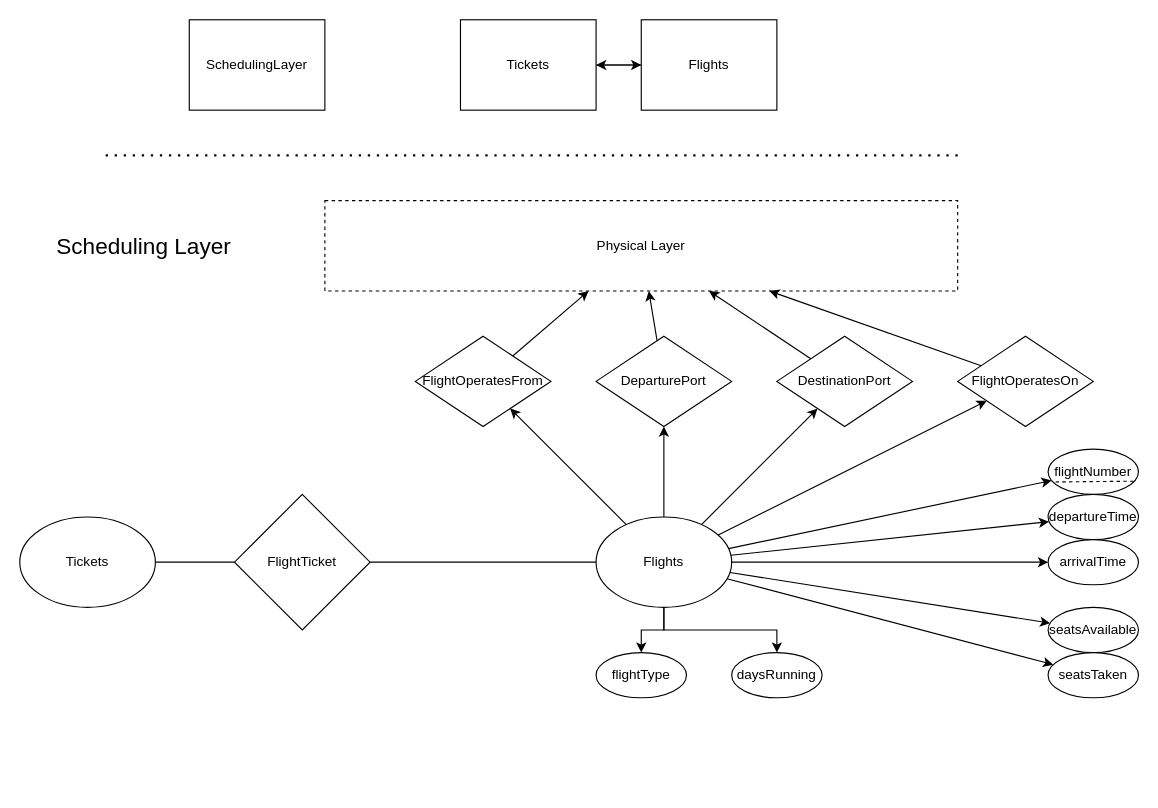
Before: page "SchedulingLayer" (4 of 7) of ERDiagram.drawio in kyle4036/DatabaseManagement2026Project1, a draw.io diagram. Source tidied: cells renumbered, new cells numbered last; positions are measured from the earlier drawing's top-left corner, leaving out a move shared by most shapes. Both pictures are drawn from the tidied source at 113%, with x=0, y=0 at pixel (19, 19).
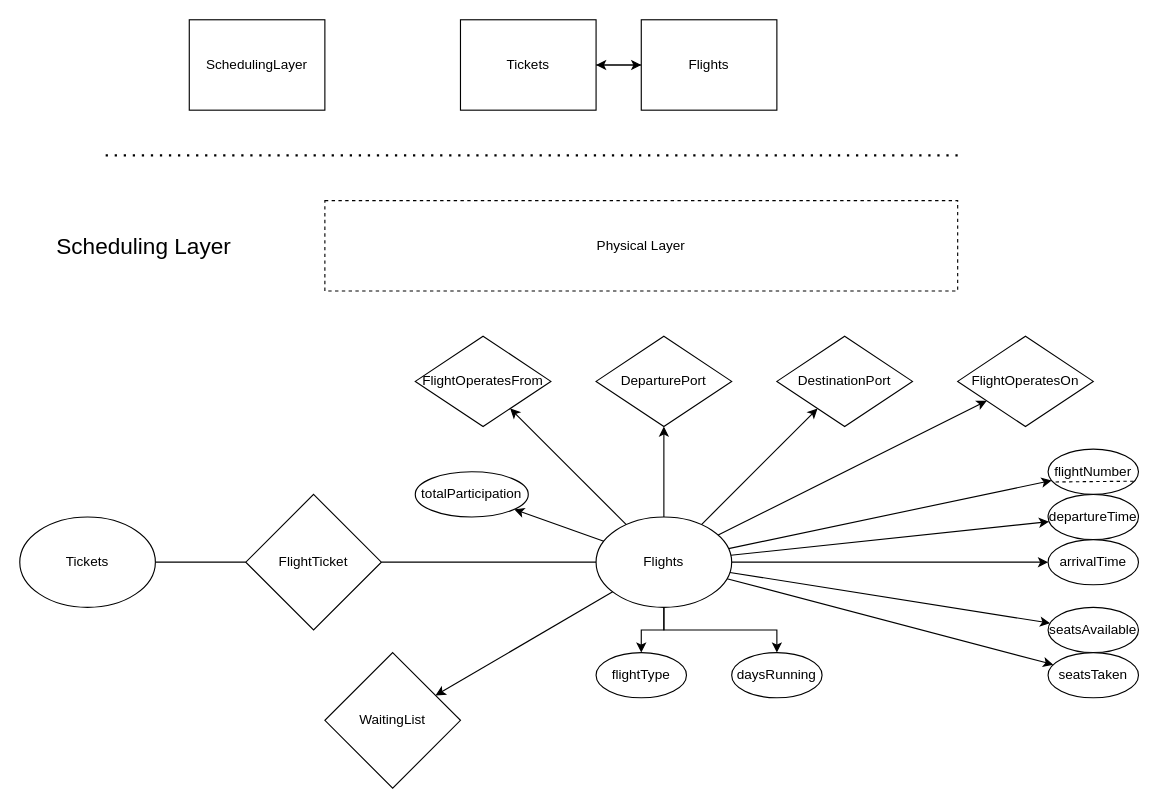
Above is the later version.

Unchanged cells that the change refers to:
```xml
<mxCell id="20" value="Flights" style="ellipse;whiteSpace=wrap;html=1;" parent="1" vertex="1">
  <mxGeometry x="510" y="440" width="120" height="80" as="geometry" />
</mxCell>
<mxCell id="23" value="Physical Layer" style="rounded=0;whiteSpace=wrap;html=1;dashed=1;" parent="1" vertex="1">
  <mxGeometry x="270" y="160" width="560" height="80" as="geometry" />
</mxCell>
<mxCell id="25" value="DestinationPort" style="rhombus;whiteSpace=wrap;html=1;" parent="24" vertex="1">
  <mxGeometry x="320" width="120" height="80" as="geometry" />
</mxCell>
<mxCell id="26" value="DeparturePort" style="rhombus;whiteSpace=wrap;html=1;" parent="24" vertex="1">
  <mxGeometry x="160" width="120" height="80" as="geometry" />
</mxCell>
<mxCell id="27" value="FlightOperatesFrom" style="rhombus;whiteSpace=wrap;html=1;" parent="24" vertex="1">
  <mxGeometry width="120" height="80" as="geometry" />
</mxCell>
<mxCell id="28" value="&lt;font&gt;FlightOperatesOn&lt;/font&gt;" style="rhombus;whiteSpace=wrap;html=1;" parent="24" vertex="1">
  <mxGeometry x="480" width="120" height="80" as="geometry" />
</mxCell>
```

The edit, as a diff of the source:
```diff
@@
+    <mxCell id="44" style="rounded=0;jettySize=auto;html=1;" parent="1" edge="1" source="20" target="47">
+      <mxGeometry relative="1" as="geometry" />
+    </mxCell>
+    <mxCell id="45" style="rounded=0;jettySize=auto;html=1;" parent="1" edge="1" source="20" target="46">
+      <mxGeometry relative="1" as="geometry" />
+    </mxCell>
@@
-    <mxCell id="29" style="rounded=0;jettySize=auto;html=1;" parent="1" edge="1" source="27" target="23">
-      <mxGeometry relative="1" as="geometry" />
-    </mxCell>
-    <mxCell id="30" style="rounded=0;jettySize=auto;html=1;" parent="1" edge="1" source="26" target="23">
-      <mxGeometry relative="1" as="geometry" />
-    </mxCell>
-    <mxCell id="31" style="rounded=0;jettySize=auto;html=1;" parent="1" edge="1" source="25" target="23">
-      <mxGeometry relative="1" as="geometry" />
-    </mxCell>
-    <mxCell id="32" style="rounded=0;jettySize=auto;html=1;" parent="1" edge="1" source="28" target="23">
-      <mxGeometry relative="1" as="geometry" />
-    </mxCell>
@@
     <mxCell id="41" value="FlightTicket" style="rhombus;whiteSpace=wrap;html=1;" parent="1" vertex="1">
-      <mxGeometry x="190" y="420" width="120" height="120" as="geometry" />
+      <mxGeometry x="200" y="420" width="120" height="120" as="geometry" />
     </mxCell>
@@
+    <mxCell id="46" value="WaitingList" style="rhombus;whiteSpace=wrap;html=1;" parent="1" vertex="1">
+      <mxGeometry x="270" y="560" width="120" height="120" as="geometry" />
+    </mxCell>
+    <mxCell id="47" value="totalParticipation" style="ellipse;whiteSpace=wrap;html=1;" parent="1" vertex="1">
+      <mxGeometry x="350" y="400" width="100" height="40" as="geometry" />
+    </mxCell>
```
